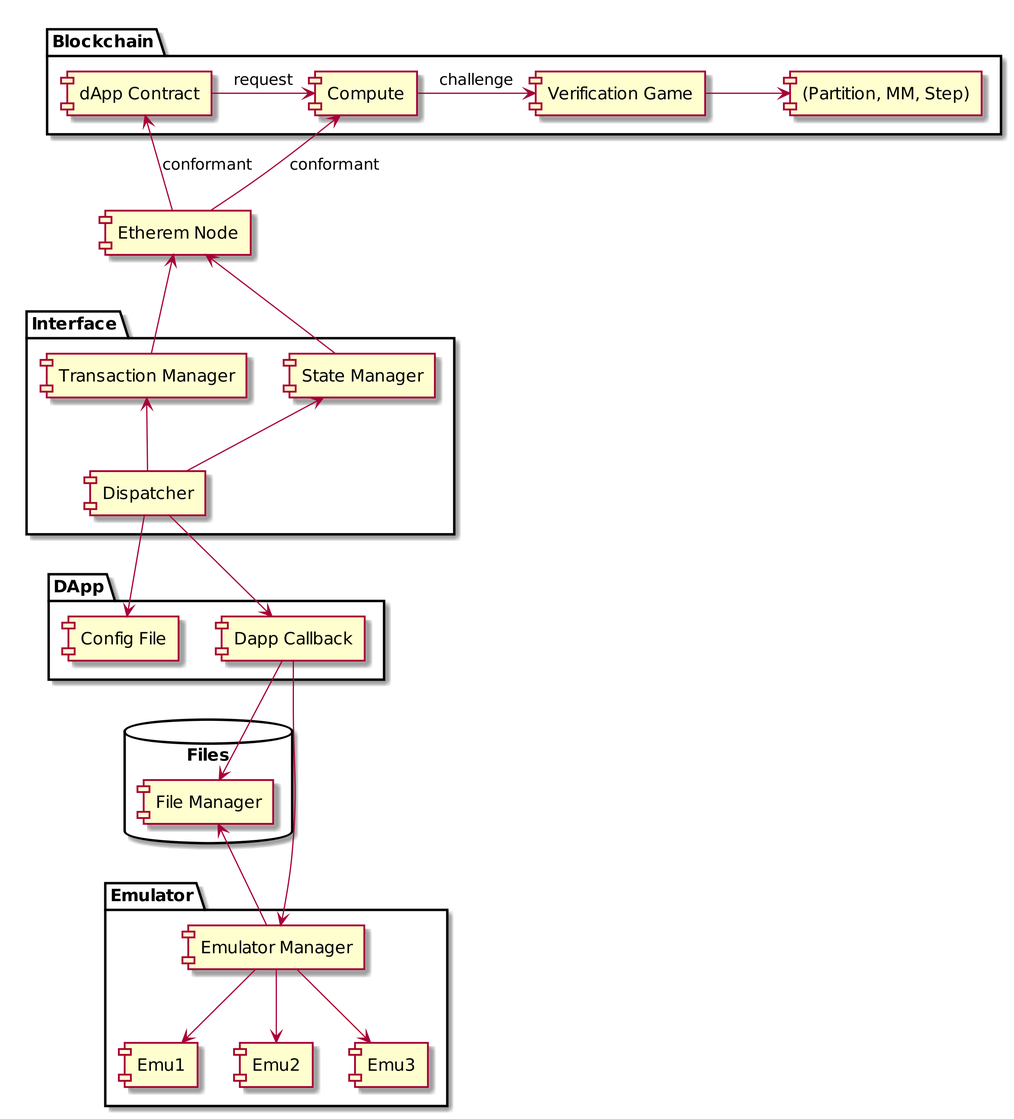
The PlantUML diagram components.png in cartesi/dispatcher, before a commit.
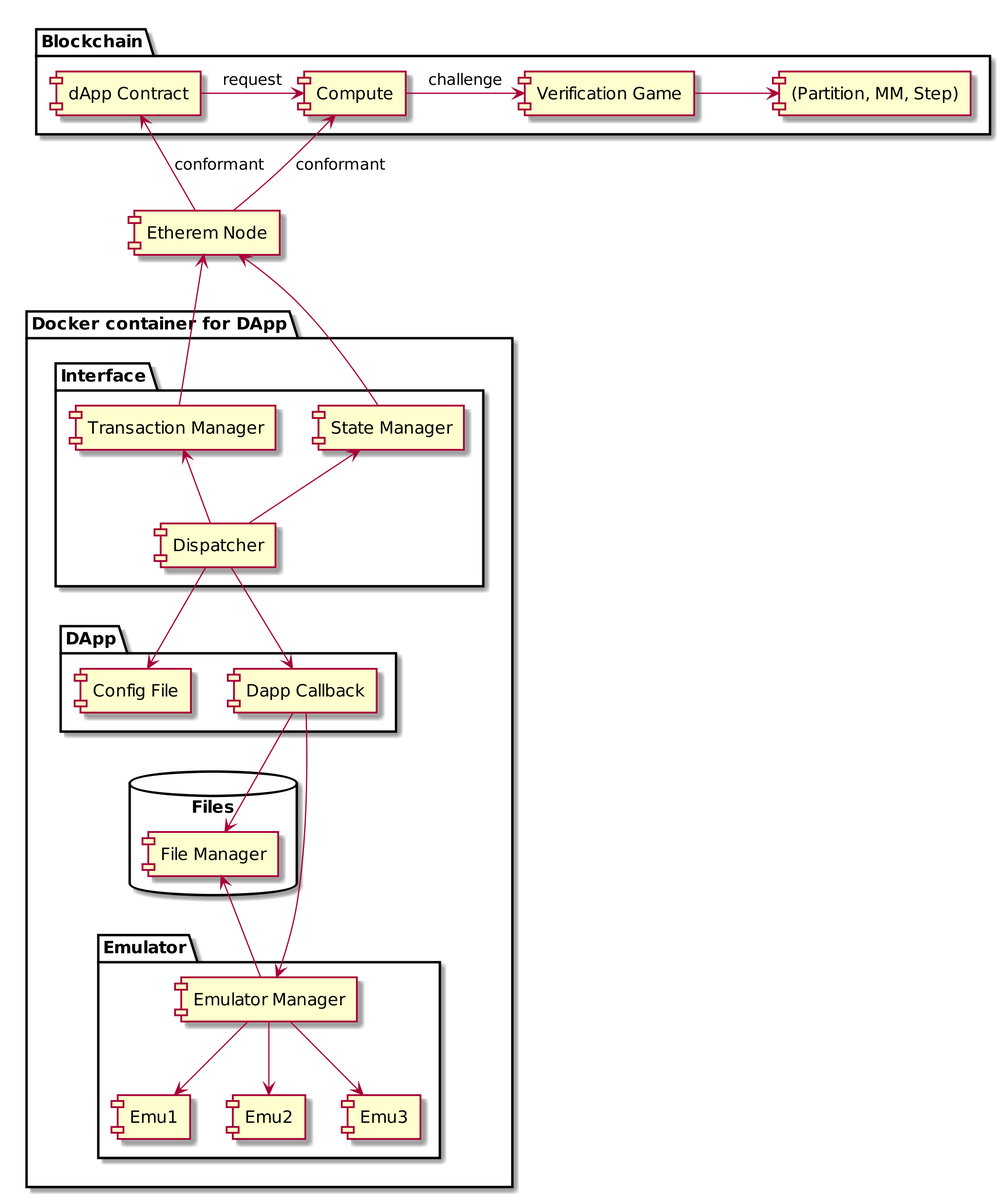
Above is the later version.

Change to the diagram source:
```diff
@@ -15,6 +15,8 @@
 
 dappContract <- geth : conformant
 C <- geth : conformant
+
+package "Docker container for DApp" {
 
 package "Interface" {
   [Transaction Manager] as tx
@@ -54,4 +56,6 @@
 callback -right-> FM
 callback -down-> EM
 
+}
+
 @enduml
```
